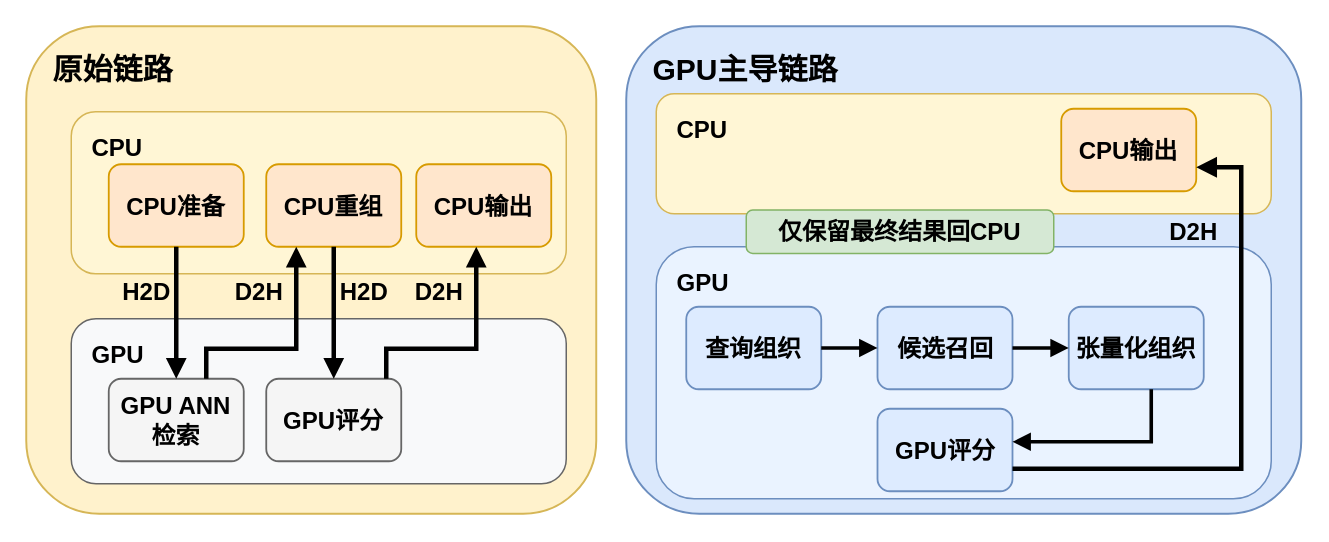
HuangEven/latex-template keeps this draw.io diagram as figures/fig4_2_original_vs_gpu_dominant_chain.drawio. Above is the earlier version. Source tidied: cells renumbered, new cells numbered last; positions are measured from the earlier drawing's top-left corner, leaving out a move shared by most shapes. Both pictures are drawn from the tidied source at 150%, with x=0, y=0 at pixel (26, 26).
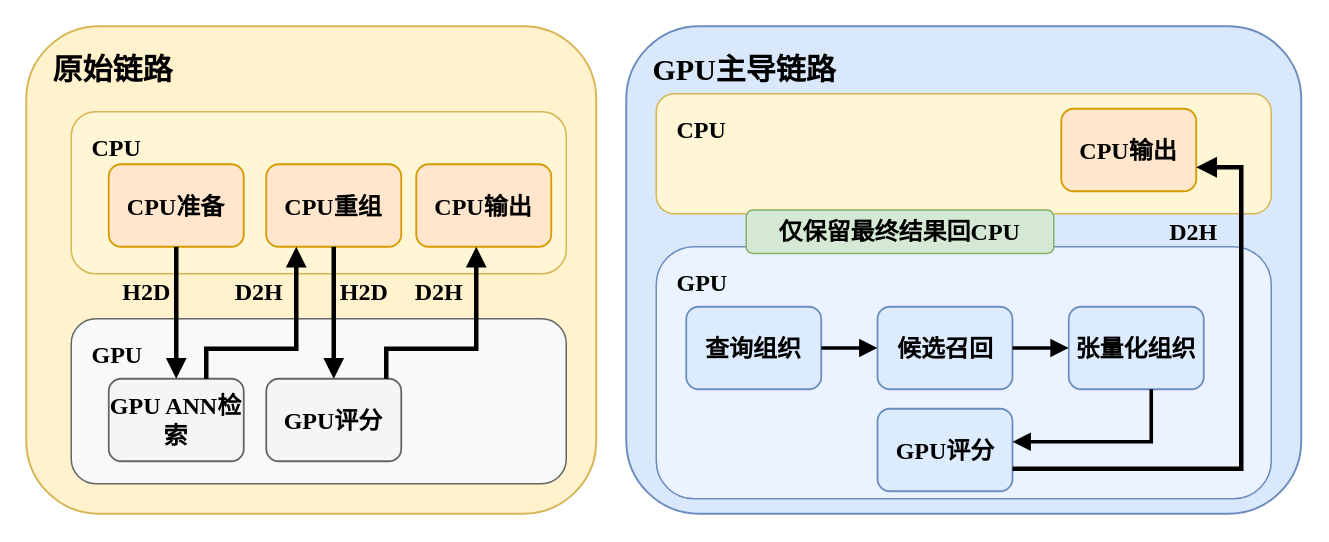
Above is the later version.

What changed in the source:
```diff
@@
-    <mxCell id="2" value="原始链路" style="rounded=1;whiteSpace=wrap;html=1;align=left;verticalAlign=top;spacingLeft=16;spacingTop=10;fontStyle=1;fontSize=20;fillColor=#FFF2CC;strokeColor=#D6B656;strokeWidth=1.3;fontFamily=Helvetica;fontColor=#000000;" parent="1" vertex="1">
+    <mxCell id="2" value="原始链路" style="rounded=1;whiteSpace=wrap;html=1;align=left;verticalAlign=top;spacingLeft=16;spacingTop=10;fontStyle=1;fontSize=20;fillColor=#FFF2CC;strokeColor=#D6B656;strokeWidth=1.3;fontFamily=Times New Roman;fontColor=#000000;" parent="1" vertex="1">
       <mxGeometry width="380" height="325" as="geometry" />
     </mxCell>
-    <mxCell id="3" value="GPU主导链路" style="rounded=1;whiteSpace=wrap;html=1;align=left;verticalAlign=top;spacingLeft=16;spacingTop=10;fontStyle=1;fontSize=20;fillColor=#DAE8FC;strokeColor=#6C8EBF;strokeWidth=1.3;fontFamily=Helvetica;fontColor=#000000;" parent="1" vertex="1">
+    <mxCell id="3" value="GPU主导链路" style="rounded=1;whiteSpace=wrap;html=1;align=left;verticalAlign=top;spacingLeft=16;spacingTop=10;fontStyle=1;fontSize=20;fillColor=#DAE8FC;strokeColor=#6C8EBF;strokeWidth=1.3;fontFamily=Times New Roman;fontColor=#000000;" parent="1" vertex="1">
       <mxGeometry x="400" width="450" height="325" as="geometry" />
     </mxCell>
-    <mxCell id="4" value="CPU" style="rounded=1;whiteSpace=wrap;html=1;align=left;verticalAlign=top;spacingLeft=12;spacingTop=8;fontStyle=1;fontSize=16;fillColor=#FFF6D5;strokeColor=#D6B656;strokeWidth=1;fontFamily=Helvetica;fontColor=#000000;" parent="1" vertex="1">
+    <mxCell id="4" value="CPU" style="rounded=1;whiteSpace=wrap;html=1;align=left;verticalAlign=top;spacingLeft=12;spacingTop=8;fontStyle=1;fontSize=16;fillColor=#FFF6D5;strokeColor=#D6B656;strokeWidth=1;fontFamily=Times New Roman;fontColor=#000000;" parent="1" vertex="1">
       <mxGeometry x="30" y="57" width="330" height="108" as="geometry" />
     </mxCell>
-    <mxCell id="5" value="GPU" style="rounded=1;whiteSpace=wrap;html=1;align=left;verticalAlign=top;spacingLeft=12;spacingTop=8;fontStyle=1;fontSize=16;fillColor=#F8F9FA;strokeColor=#666666;strokeWidth=1;fontFamily=Helvetica;fontColor=#000000;" parent="1" vertex="1">
+    <mxCell id="5" value="GPU" style="rounded=1;whiteSpace=wrap;html=1;align=left;verticalAlign=top;spacingLeft=12;spacingTop=8;fontStyle=1;fontSize=16;fillColor=#F8F9FA;strokeColor=#666666;strokeWidth=1;fontFamily=Times New Roman;fontColor=#000000;" parent="1" vertex="1">
       <mxGeometry x="30" y="195" width="330" height="110" as="geometry" />
     </mxCell>
-    <mxCell id="6" value="CPU" style="rounded=1;whiteSpace=wrap;html=1;align=left;verticalAlign=top;spacingLeft=12;spacingTop=8;fontStyle=1;fontSize=16;fillColor=#FFF6D5;strokeColor=#D6B656;strokeWidth=1;fontFamily=Helvetica;fontColor=#000000;" parent="1" vertex="1">
+    <mxCell id="6" value="CPU" style="rounded=1;whiteSpace=wrap;html=1;align=left;verticalAlign=top;spacingLeft=12;spacingTop=8;fontStyle=1;fontSize=16;fillColor=#FFF6D5;strokeColor=#D6B656;strokeWidth=1;fontFamily=Times New Roman;fontColor=#000000;" parent="1" vertex="1">
       <mxGeometry x="420" y="45" width="410" height="80" as="geometry" />
     </mxCell>
-    <mxCell id="7" value="GPU" style="rounded=1;whiteSpace=wrap;html=1;align=left;verticalAlign=top;spacingLeft=12;spacingTop=8;fontStyle=1;fontSize=16;fillColor=#EAF3FF;strokeColor=#6C8EBF;strokeWidth=1;fontFamily=Helvetica;fontColor=#000000;" parent="1" vertex="1">
+    <mxCell id="7" value="GPU" style="rounded=1;whiteSpace=wrap;html=1;align=left;verticalAlign=top;spacingLeft=12;spacingTop=8;fontStyle=1;fontSize=16;fillColor=#EAF3FF;strokeColor=#6C8EBF;strokeWidth=1;fontFamily=Times New Roman;fontColor=#000000;" parent="1" vertex="1">
       <mxGeometry x="420" y="147" width="410" height="168" as="geometry" />
     </mxCell>
-    <mxCell id="8" value="CPU准备" style="rounded=1;whiteSpace=wrap;html=1;align=center;verticalAlign=middle;fontSize=16;fillColor=#FFE6CC;strokeColor=#D79B00;strokeWidth=1.2;fontFamily=Helvetica;fontColor=#000000;fontStyle=1;" parent="1" vertex="1">
+    <mxCell id="8" value="CPU准备" style="rounded=1;whiteSpace=wrap;html=1;align=center;verticalAlign=middle;fontSize=16;fillColor=#FFE6CC;strokeColor=#D79B00;strokeWidth=1.2;fontFamily=Times New Roman;fontColor=#000000;fontStyle=1;" parent="1" vertex="1">
       <mxGeometry x="55" y="92" width="90" height="55" as="geometry" />
     </mxCell>
-    <mxCell id="9" value="CPU重组" style="rounded=1;whiteSpace=wrap;html=1;align=center;verticalAlign=middle;fontSize=16;fillColor=#FFE6CC;strokeColor=#D79B00;strokeWidth=1.2;fontFamily=Helvetica;fontColor=#000000;fontStyle=1;" parent="1" vertex="1">
+    <mxCell id="9" value="CPU重组" style="rounded=1;whiteSpace=wrap;html=1;align=center;verticalAlign=middle;fontSize=16;fillColor=#FFE6CC;strokeColor=#D79B00;strokeWidth=1.2;fontFamily=Times New Roman;fontColor=#000000;fontStyle=1;" parent="1" vertex="1">
       <mxGeometry x="160" y="92" width="90" height="55" as="geometry" />
     </mxCell>
-    <mxCell id="10" value="CPU输出" style="rounded=1;whiteSpace=wrap;html=1;align=center;verticalAlign=middle;fontSize=16;fillColor=#FFE6CC;strokeColor=#D79B00;strokeWidth=1.2;fontFamily=Helvetica;rotation=0;fontColor=#000000;fontStyle=1;" parent="1" vertex="1">
+    <mxCell id="10" value="CPU输出" style="rounded=1;whiteSpace=wrap;html=1;align=center;verticalAlign=middle;fontSize=16;fillColor=#FFE6CC;strokeColor=#D79B00;strokeWidth=1.2;fontFamily=Times New Roman;rotation=0;fontColor=#000000;fontStyle=1;" parent="1" vertex="1">
       <mxGeometry x="260" y="92" width="90" height="55" as="geometry" />
     </mxCell>
-    <mxCell id="11" value="GPU ANN检索" style="rounded=1;whiteSpace=wrap;html=1;align=center;verticalAlign=middle;fontSize=16;fillColor=#F5F5F5;strokeColor=#666666;strokeWidth=1.2;fontFamily=Helvetica;rotation=0;fontColor=#000000;fontStyle=1;" parent="1" vertex="1">
+    <mxCell id="11" value="GPU ANN检索" style="rounded=1;whiteSpace=wrap;html=1;align=center;verticalAlign=middle;fontSize=16;fillColor=#F5F5F5;strokeColor=#666666;strokeWidth=1.2;fontFamily=Times New Roman;rotation=0;fontColor=#000000;fontStyle=1;" parent="1" vertex="1">
       <mxGeometry x="55" y="235" width="90" height="55" as="geometry" />
     </mxCell>
-    <mxCell id="12" value="GPU评分" style="rounded=1;whiteSpace=wrap;html=1;align=center;verticalAlign=middle;fontSize=16;fillColor=#F5F5F5;strokeColor=#666666;strokeWidth=1.2;fontFamily=Helvetica;fontColor=#000000;fontStyle=1;" parent="1" vertex="1">
+    <mxCell id="12" value="GPU评分" style="rounded=1;whiteSpace=wrap;html=1;align=center;verticalAlign=middle;fontSize=16;fillColor=#F5F5F5;strokeColor=#666666;strokeWidth=1.2;fontFamily=Times New Roman;fontColor=#000000;fontStyle=1;" parent="1" vertex="1">
       <mxGeometry x="160" y="235" width="90" height="55" as="geometry" />
     </mxCell>
-    <mxCell id="13" value="CPU输出" style="rounded=1;whiteSpace=wrap;html=1;align=center;verticalAlign=middle;fontSize=16;fillColor=#FFE6CC;strokeColor=#D79B00;strokeWidth=1.2;fontFamily=Helvetica;fontColor=#000000;fontStyle=1;" parent="1" vertex="1">
+    <mxCell id="13" value="CPU输出" style="rounded=1;whiteSpace=wrap;html=1;align=center;verticalAlign=middle;fontSize=16;fillColor=#FFE6CC;strokeColor=#D79B00;strokeWidth=1.2;fontFamily=Times New Roman;fontColor=#000000;fontStyle=1;" parent="1" vertex="1">
       <mxGeometry x="690" y="55" width="90" height="55" as="geometry" />
     </mxCell>
-    <mxCell id="14" value="查询组织" style="rounded=1;whiteSpace=wrap;html=1;align=center;verticalAlign=middle;fontSize=16;fillColor=#DDEBFF;strokeColor=#6C8EBF;strokeWidth=1.2;fontFamily=Helvetica;fontColor=#000000;fontStyle=1;" parent="1" vertex="1">
+    <mxCell id="14" value="查询组织" style="rounded=1;whiteSpace=wrap;html=1;align=center;verticalAlign=middle;fontSize=16;fillColor=#DDEBFF;strokeColor=#6C8EBF;strokeWidth=1.2;fontFamily=Times New Roman;fontColor=#000000;fontStyle=1;" parent="1" vertex="1">
       <mxGeometry x="440" y="187" width="90" height="55" as="geometry" />
     </mxCell>
-    <mxCell id="15" value="候选召回" style="rounded=1;whiteSpace=wrap;html=1;align=center;verticalAlign=middle;fontSize=16;fillColor=#DDEBFF;strokeColor=#6C8EBF;strokeWidth=1.2;fontFamily=Helvetica;fontColor=#000000;fontStyle=1;" parent="1" vertex="1">
+    <mxCell id="15" value="候选召回" style="rounded=1;whiteSpace=wrap;html=1;align=center;verticalAlign=middle;fontSize=16;fillColor=#DDEBFF;strokeColor=#6C8EBF;strokeWidth=1.2;fontFamily=Times New Roman;fontColor=#000000;fontStyle=1;" parent="1" vertex="1">
       <mxGeometry x="567.5" y="187" width="90" height="55" as="geometry" />
     </mxCell>
-    <mxCell id="16" value="张量化组织" style="rounded=1;whiteSpace=wrap;html=1;align=center;verticalAlign=middle;fontSize=16;fillColor=#DDEBFF;strokeColor=#6C8EBF;strokeWidth=1.2;fontFamily=Helvetica;fontColor=#000000;fontStyle=1;" parent="1" vertex="1">
+    <mxCell id="16" value="张量化组织" style="rounded=1;whiteSpace=wrap;html=1;align=center;verticalAlign=middle;fontSize=16;fillColor=#DDEBFF;strokeColor=#6C8EBF;strokeWidth=1.2;fontFamily=Times New Roman;fontColor=#000000;fontStyle=1;" parent="1" vertex="1">
       <mxGeometry x="695" y="187" width="90" height="55" as="geometry" />
     </mxCell>
-    <mxCell id="17" value="GPU评分" style="rounded=1;whiteSpace=wrap;html=1;align=center;verticalAlign=middle;fontSize=16;fillColor=#DDEBFF;strokeColor=#6C8EBF;strokeWidth=1.2;fontFamily=Helvetica;fontColor=#000000;fontStyle=1;" parent="1" vertex="1">
+    <mxCell id="17" value="GPU评分" style="rounded=1;whiteSpace=wrap;html=1;align=center;verticalAlign=middle;fontSize=16;fillColor=#DDEBFF;strokeColor=#6C8EBF;strokeWidth=1.2;fontFamily=Times New Roman;fontColor=#000000;fontStyle=1;" parent="1" vertex="1">
       <mxGeometry x="567.5" y="255" width="90" height="55" as="geometry" />
     </mxCell>
-    <mxCell id="18" value="仅保留最终结果回CPU" style="rounded=1;whiteSpace=wrap;html=1;align=center;verticalAlign=middle;fontSize=16;fontColor=#000000;fillColor=#D5E8D4;strokeColor=#82B366;strokeWidth=1;fontFamily=Helvetica;fontStyle=1;" parent="1" vertex="1">
+    <mxCell id="18" value="仅保留最终结果回CPU" style="rounded=1;whiteSpace=wrap;html=1;align=center;verticalAlign=middle;fontSize=16;fontColor=#000000;fillColor=#D5E8D4;strokeColor=#82B366;strokeWidth=1;fontFamily=Times New Roman;fontStyle=1;" parent="1" vertex="1">
       <mxGeometry x="480" y="122.5" width="205" height="29" as="geometry" />
     </mxCell>
-    <mxCell id="19" style="edgeStyle=orthogonalEdgeStyle;rounded=0;jettySize=auto;html=1;strokeColor=#000000;strokeWidth=3;endArrow=block;endFill=1;fontFamily=Helvetica;fontColor=#000000;fontStyle=1;fontSize=16;" parent="1" edge="1" source="8" target="11">
+    <mxCell id="19" style="edgeStyle=orthogonalEdgeStyle;rounded=0;jettySize=auto;html=1;strokeColor=#000000;strokeWidth=3;endArrow=block;endFill=1;fontFamily=Times New Roman;fontColor=#000000;fontStyle=1;fontSize=16;" parent="1" edge="1" source="8" target="11">
       <mxGeometry relative="1" as="geometry" />
     </mxCell>
-    <mxCell id="20" style="edgeStyle=orthogonalEdgeStyle;rounded=0;jettySize=auto;html=1;strokeColor=#000000;strokeWidth=3;endArrow=block;endFill=1;fontFamily=Helvetica;fontColor=#000000;fontStyle=1;fontSize=16;" parent="1" edge="1" source="11" target="9">
+    <mxCell id="20" style="edgeStyle=orthogonalEdgeStyle;rounded=0;jettySize=auto;html=1;strokeColor=#000000;strokeWidth=3;endArrow=block;endFill=1;fontFamily=Times New Roman;fontColor=#000000;fontStyle=1;fontSize=16;" parent="1" edge="1" source="11" target="9">
       <mxGeometry relative="1" as="geometry">
         <Array as="points">
           <mxPoint x="120" y="215" />
           <mxPoint x="180" y="215" />
         </Array>
       </mxGeometry>
     </mxCell>
-    <mxCell id="21" style="edgeStyle=orthogonalEdgeStyle;rounded=0;jettySize=auto;html=1;strokeColor=#000000;strokeWidth=3;endArrow=block;endFill=1;fontFamily=Helvetica;fontColor=#000000;fontStyle=1;fontSize=16;" parent="1" edge="1" source="9" target="12">
+    <mxCell id="21" style="edgeStyle=orthogonalEdgeStyle;rounded=0;jettySize=auto;html=1;strokeColor=#000000;strokeWidth=3;endArrow=block;endFill=1;fontFamily=Times New Roman;fontColor=#000000;fontStyle=1;fontSize=16;" parent="1" edge="1" source="9" target="12">
       <mxGeometry relative="1" as="geometry">
         <Array as="points">
           <mxPoint x="205" y="205" />
           <mxPoint x="205" y="205" />
         </Array>
       </mxGeometry>
     </mxCell>
-    <mxCell id="22" value="H2D" style="text;html=1;strokeColor=none;fillColor=none;align=center;verticalAlign=middle;fontStyle=1;fontColor=#000000;fontSize=16;fontFamily=Helvetica;" parent="1" vertex="1">
+    <mxCell id="22" value="H2D" style="text;html=1;strokeColor=none;fillColor=none;align=center;verticalAlign=middle;fontStyle=1;fontColor=#000000;fontSize=16;fontFamily=Times New Roman;" parent="1" vertex="1">
       <mxGeometry x="55" y="165" width="50" height="24" as="geometry" />
     </mxCell>
-    <mxCell id="23" value="D2H" style="text;html=1;strokeColor=none;fillColor=none;align=center;verticalAlign=middle;fontStyle=1;fontColor=#000000;fontSize=16;fontFamily=Helvetica;" parent="1" vertex="1">
+    <mxCell id="23" value="D2H" style="text;html=1;strokeColor=none;fillColor=none;align=center;verticalAlign=middle;fontStyle=1;fontColor=#000000;fontSize=16;fontFamily=Times New Roman;" parent="1" vertex="1">
       <mxGeometry x="130" y="165" width="50" height="24" as="geometry" />
     </mxCell>
-    <mxCell id="24" value="H2D" style="text;html=1;strokeColor=none;fillColor=none;align=center;verticalAlign=middle;fontStyle=1;fontColor=#000000;fontSize=16;fontFamily=Helvetica;" parent="1" vertex="1">
+    <mxCell id="24" value="H2D" style="text;html=1;strokeColor=none;fillColor=none;align=center;verticalAlign=middle;fontStyle=1;fontColor=#000000;fontSize=16;fontFamily=Times New Roman;" parent="1" vertex="1">
       <mxGeometry x="200" y="165" width="50" height="24" as="geometry" />
     </mxCell>
-    <mxCell id="25" value="D2H" style="text;html=1;strokeColor=none;fillColor=none;align=center;verticalAlign=middle;fontStyle=1;fontColor=#000000;fontSize=16;fontFamily=Helvetica;" parent="1" vertex="1">
+    <mxCell id="25" value="D2H" style="text;html=1;strokeColor=none;fillColor=none;align=center;verticalAlign=middle;fontStyle=1;fontColor=#000000;fontSize=16;fontFamily=Times New Roman;" parent="1" vertex="1">
       <mxGeometry x="250" y="165" width="50" height="24" as="geometry" />
     </mxCell>
-    <mxCell id="26" style="edgeStyle=orthogonalEdgeStyle;rounded=0;jettySize=auto;html=1;strokeColor=#000000;strokeWidth=2.4;endArrow=block;endFill=1;fontColor=#000000;fontFamily=Helvetica;fontStyle=1;fontSize=16;" parent="1" edge="1" source="14" target="15">
+    <mxCell id="26" style="edgeStyle=orthogonalEdgeStyle;rounded=0;jettySize=auto;html=1;strokeColor=#000000;strokeWidth=2.4;endArrow=block;endFill=1;fontColor=#000000;fontFamily=Times New Roman;fontStyle=1;fontSize=16;" parent="1" edge="1" source="14" target="15">
       <mxGeometry relative="1" as="geometry" />
     </mxCell>
-    <mxCell id="27" style="edgeStyle=orthogonalEdgeStyle;rounded=0;jettySize=auto;html=1;strokeColor=#000000;strokeWidth=2.4;endArrow=block;endFill=1;fontColor=#000000;fontFamily=Helvetica;fontStyle=1;fontSize=16;" parent="1" edge="1" source="15" target="16">
+    <mxCell id="27" style="edgeStyle=orthogonalEdgeStyle;rounded=0;jettySize=auto;html=1;strokeColor=#000000;strokeWidth=2.4;endArrow=block;endFill=1;fontColor=#000000;fontFamily=Times New Roman;fontStyle=1;fontSize=16;" parent="1" edge="1" source="15" target="16">
       <mxGeometry relative="1" as="geometry" />
     </mxCell>
-    <mxCell id="28" style="edgeStyle=orthogonalEdgeStyle;rounded=0;jettySize=auto;html=1;strokeColor=#000000;strokeWidth=2.4;endArrow=block;endFill=1;fontColor=#000000;fontFamily=Helvetica;fontStyle=1;fontSize=16;" parent="1" edge="1" source="16" target="17">
+    <mxCell id="28" style="edgeStyle=orthogonalEdgeStyle;rounded=0;jettySize=auto;html=1;strokeColor=#000000;strokeWidth=2.4;endArrow=block;endFill=1;fontColor=#000000;fontFamily=Times New Roman;fontStyle=1;fontSize=16;" parent="1" edge="1" source="16" target="17">
       <mxGeometry relative="1" as="geometry">
         <Array as="points">
           <mxPoint x="750" y="277" />
         </Array>
       </mxGeometry>
     </mxCell>
-    <mxCell id="29" style="edgeStyle=orthogonalEdgeStyle;rounded=0;jettySize=auto;html=1;strokeColor=#000000;strokeWidth=3;endArrow=block;endFill=1;fontColor=#000000;fontFamily=Helvetica;fontStyle=1;fontSize=16;" parent="1" edge="1" source="17" target="13">
+    <mxCell id="29" style="edgeStyle=orthogonalEdgeStyle;rounded=0;jettySize=auto;html=1;strokeColor=#000000;strokeWidth=3;endArrow=block;endFill=1;fontColor=#000000;fontFamily=Times New Roman;fontStyle=1;fontSize=16;" parent="1" edge="1" source="17" target="13">
       <mxGeometry relative="1" as="geometry">
         <Array as="points">
           <mxPoint x="810" y="295" />
           <mxPoint x="810" y="94" />
         </Array>
       </mxGeometry>
     </mxCell>
-    <mxCell id="30" value="D2H" style="text;html=1;strokeColor=none;fillColor=none;align=center;verticalAlign=middle;fontStyle=1;fontColor=#000000;fontSize=16;fontFamily=Helvetica;" parent="1" vertex="1">
+    <mxCell id="30" value="D2H" style="text;html=1;strokeColor=none;fillColor=none;align=center;verticalAlign=middle;fontStyle=1;fontColor=#000000;fontSize=16;fontFamily=Times New Roman;" parent="1" vertex="1">
       <mxGeometry x="750" y="125" width="55" height="24" as="geometry" />
     </mxCell>
-    <mxCell id="31" style="edgeStyle=orthogonalEdgeStyle;rounded=0;orthogonalLoop=1;jettySize=auto;html=1;strokeColor=#000000;strokeWidth=3;endArrow=block;endFill=1;fontFamily=Helvetica;fontColor=#000000;fontStyle=1;fontSize=16;" parent="1" edge="1">
+    <mxCell id="31" style="edgeStyle=orthogonalEdgeStyle;rounded=0;orthogonalLoop=1;jettySize=auto;html=1;strokeColor=#000000;strokeWidth=3;endArrow=block;endFill=1;fontFamily=Times New Roman;fontColor=#000000;fontStyle=1;fontSize=16;" parent="1" edge="1">
       <mxGeometry relative="1" as="geometry">
         <mxPoint x="240" y="235" as="sourcePoint" />
         <mxPoint x="300" y="147" as="targetPoint" />
         <Array as="points">
           <mxPoint x="240" y="215" />
           <mxPoint x="300" y="215" />
         </Array>
       </mxGeometry>
     </mxCell>
```
